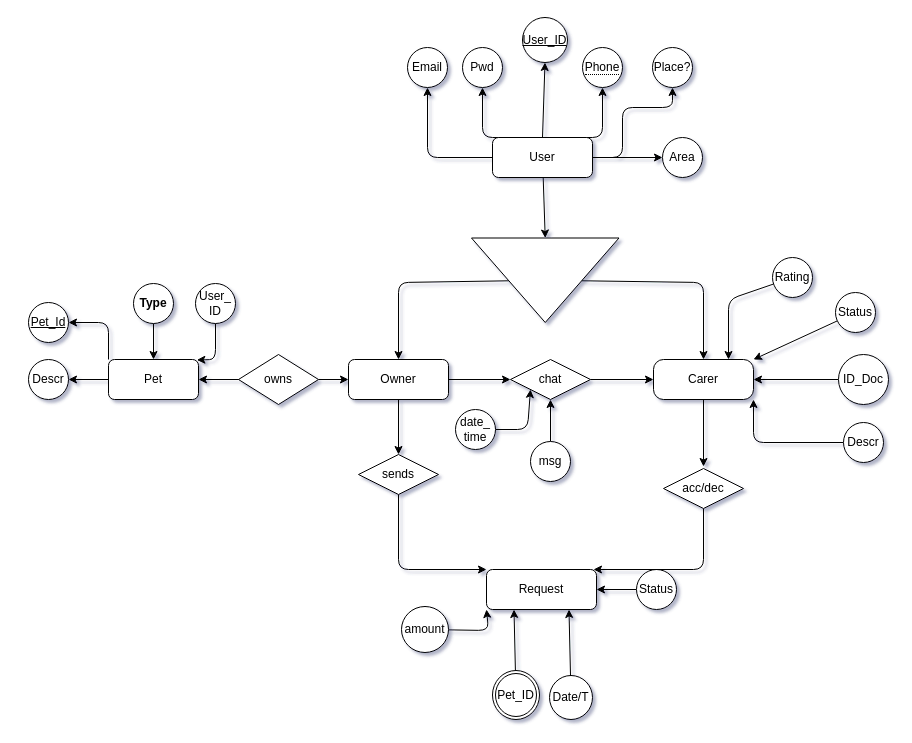
This is Docs/DB/entidad-realcion.drawio from iagogonzalezborines/MascoTier_Project, a draw.io file, before an edit. Source tidied: cells renumbered, new cells numbered last; positions are measured from the earlier drawing's top-left corner, leaving out a move shared by most shapes. Both pictures are drawn from the tidied source at 100%, with x=0, y=0 at pixel (28, 17).
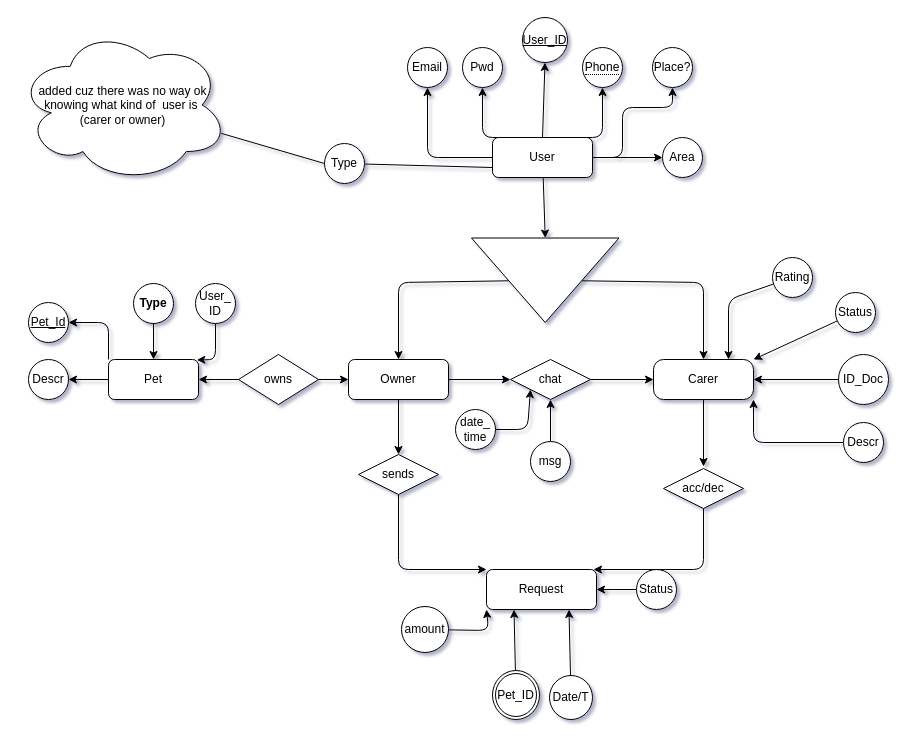
The same page after the edit.

Unchanged cells that the change refers to:
```xml
<mxCell id="12" value="User" style="rounded=1;whiteSpace=wrap;html=1;" parent="1" vertex="1">
  <mxGeometry x="464" y="120" width="100" height="40" as="geometry" />
</mxCell>
```

Diff of the diagram source:
```diff
@@
+    <mxCell id="63" style="edgeStyle=none;html=1;entryX=0;entryY=0.75;entryDx=0;entryDy=0;endArrow=none;endFill=0;" parent="1" edge="1" source="64" target="12">
+      <mxGeometry relative="1" as="geometry" />
+    </mxCell>
+    <mxCell id="64" value="Type" style="ellipse;whiteSpace=wrap;html=1;" parent="1" vertex="1">
+      <mxGeometry x="296" y="126" width="40" height="40" as="geometry" />
+    </mxCell>
+    <mxCell id="65" style="edgeStyle=none;html=1;entryX=0;entryY=0.5;entryDx=0;entryDy=0;endArrow=none;endFill=0;" parent="1" edge="1" source="66" target="64">
+      <mxGeometry relative="1" as="geometry" />
+    </mxCell>
+    <mxCell id="66" value="added cuz there was no way ok knowing what kind of&amp;nbsp; user is&amp;nbsp;&lt;br&gt;(carer or owner)" style="ellipse;shape=cloud;whiteSpace=wrap;html=1;" parent="1" vertex="1">
+      <mxGeometry x="-11" y="10" width="211" height="155" as="geometry" />
+    </mxCell>
```
